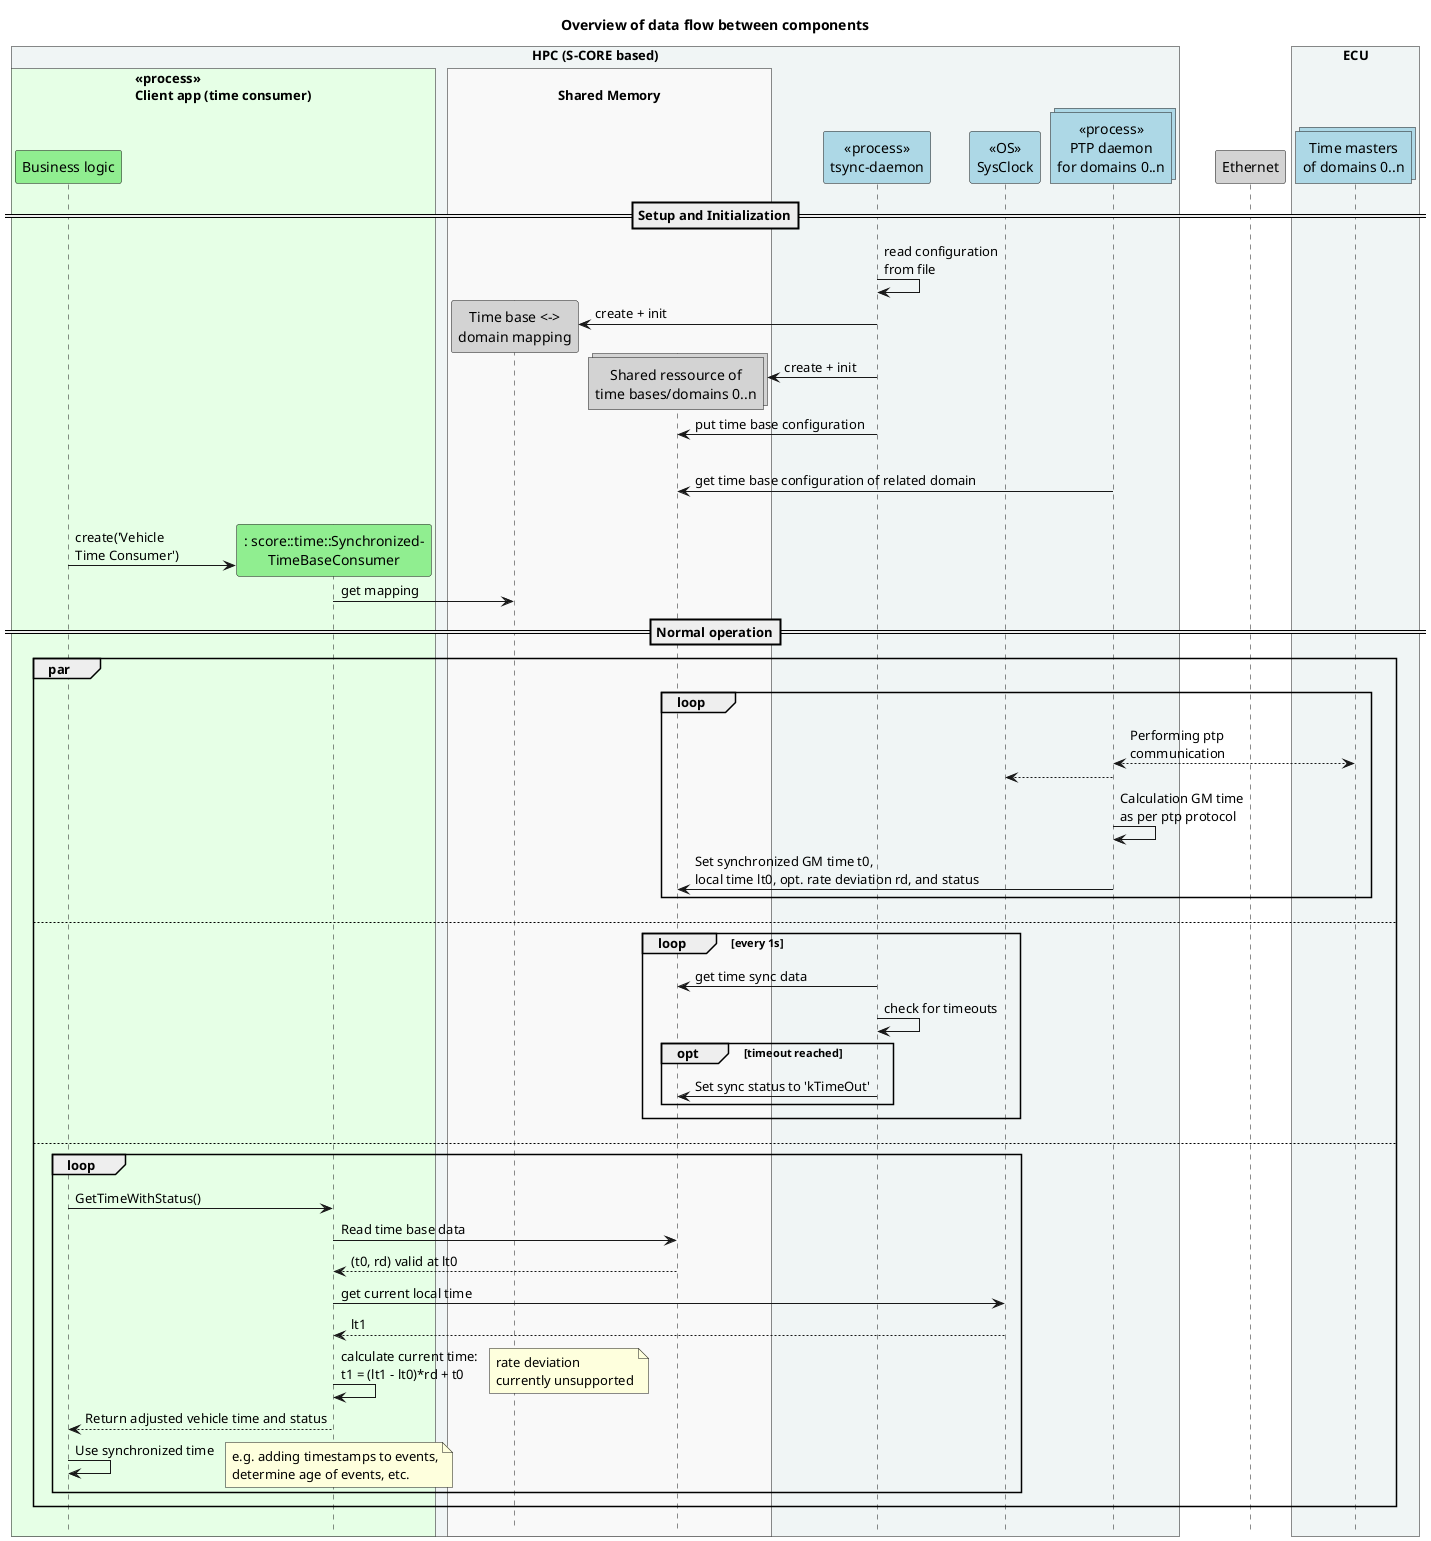
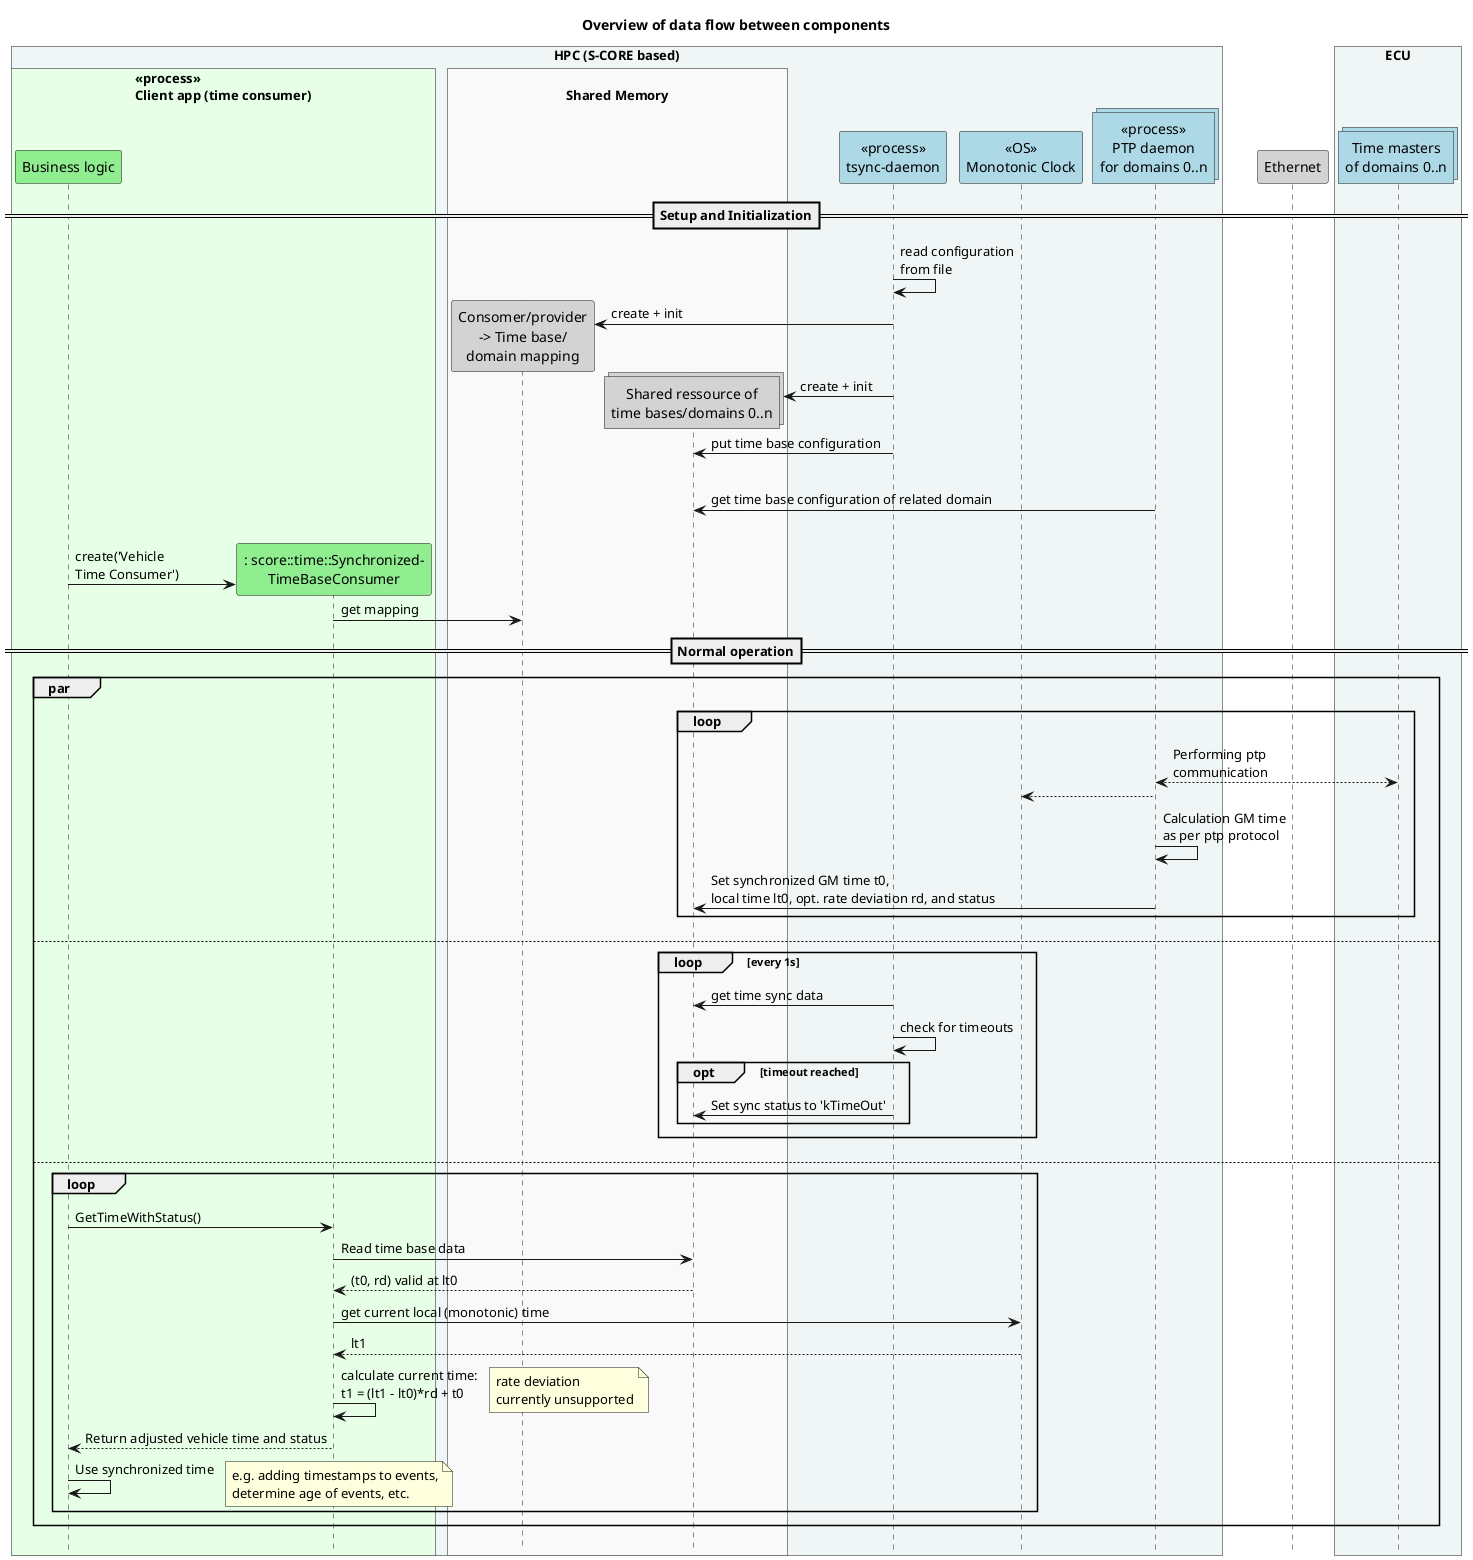
@startuml

hide footbox

title Overview of data flow between components

!pragma teoz true
box "HPC (S-CORE based)" #f0f5f5
  box "<<process>>\nClient app (time consumer)" #e6ffe6
    participant "Business logic" as app #LightGreen
    participant ": score::time::Synchronized-\nTimeBaseConsumer" as cons #LightGreen
  end box
  box "\nShared Memory" #f9f9f9
-     participant "Time base <->\ndomain mapping" as map #LightGrey
+     participant "Consomer/provider\n-> Time base/\ndomain mapping" as map #LightGrey
    collections "Shared ressource of\ntime bases/domains 0..n" as sh #LightGrey
  end box
  participant "<<process>>\ntsync-daemon" as tsyncd #LightBlue
-   participant "<<OS>>\nSysClock" as os #LightBlue
+   participant "<<OS>>\nMonotonic Clock" as os #LightBlue
  collections "<<process>>\nPTP daemon\nfor domains 0..n" as ptpd #LightBlue
end box
participant "Ethernet" as eth #LightGrey
box "ECU" #f0f5f5
  collections "Time masters\nof domains 0..n" as mc #LightBlue
end box

==Setup and Initialization==
tsyncd -> tsyncd: read configuration\nfrom file
create map
tsyncd -> map: create + init
create sh
tsyncd -> sh: create + init
tsyncd -> sh: put time base configuration
|||

ptpd -> sh: get time base configuration of related domain
|||

create cons
app -> cons: create('Vehicle\nTime Consumer')
cons -> map: get mapping

==Normal operation==
par
  loop
    ptpd <--> mc : Performing ptp\ncommunication
    ptpd --> os
    ptpd -> ptpd : Calculation GM time\nas per ptp protocol
    ptpd -> sh : Set synchronized GM time t0,\nlocal time lt0, opt. rate deviation rd, and status
  end loop
else
  loop every 1s
    tsyncd -> sh : get time sync data
    tsyncd -> tsyncd : check for timeouts
    opt timeout reached
      tsyncd -> sh : Set sync status to 'kTimeOut'
    end opt
  end loop
else
  loop
    app -> cons : GetTimeWithStatus()
    cons -> sh : Read time base data
    cons <-- sh : (t0, rd) valid at lt0
-     cons -> os : get current local time
+     cons -> os : get current local (monotonic) time
    cons <-- os : lt1
    cons -> cons : calculate current time:\nt1 = (lt1 - lt0)*rd + t0
    note right
      rate deviation
      currently unsupported
    end note
    app <-- cons : Return adjusted vehicle time and status
    app -> app : Use synchronized time
    note right
      e.g. adding timestamps to events,
      determine age of events, etc.
    end note
  end loop
end par

@enduml
